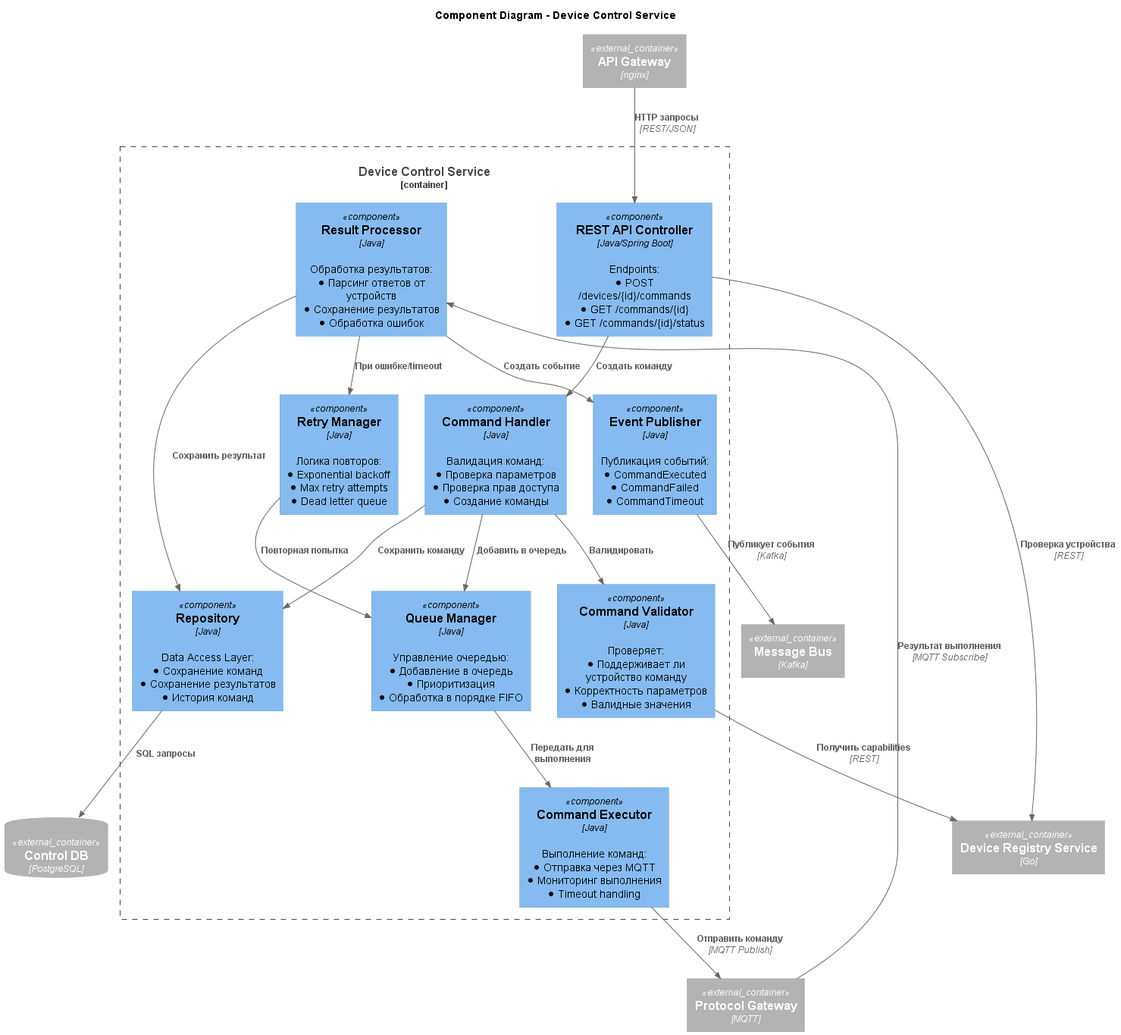
Above: schemas/to_be/img/device-control-service-components.png in Vrg26/pro-warmhouse (PlantUML), before the change.
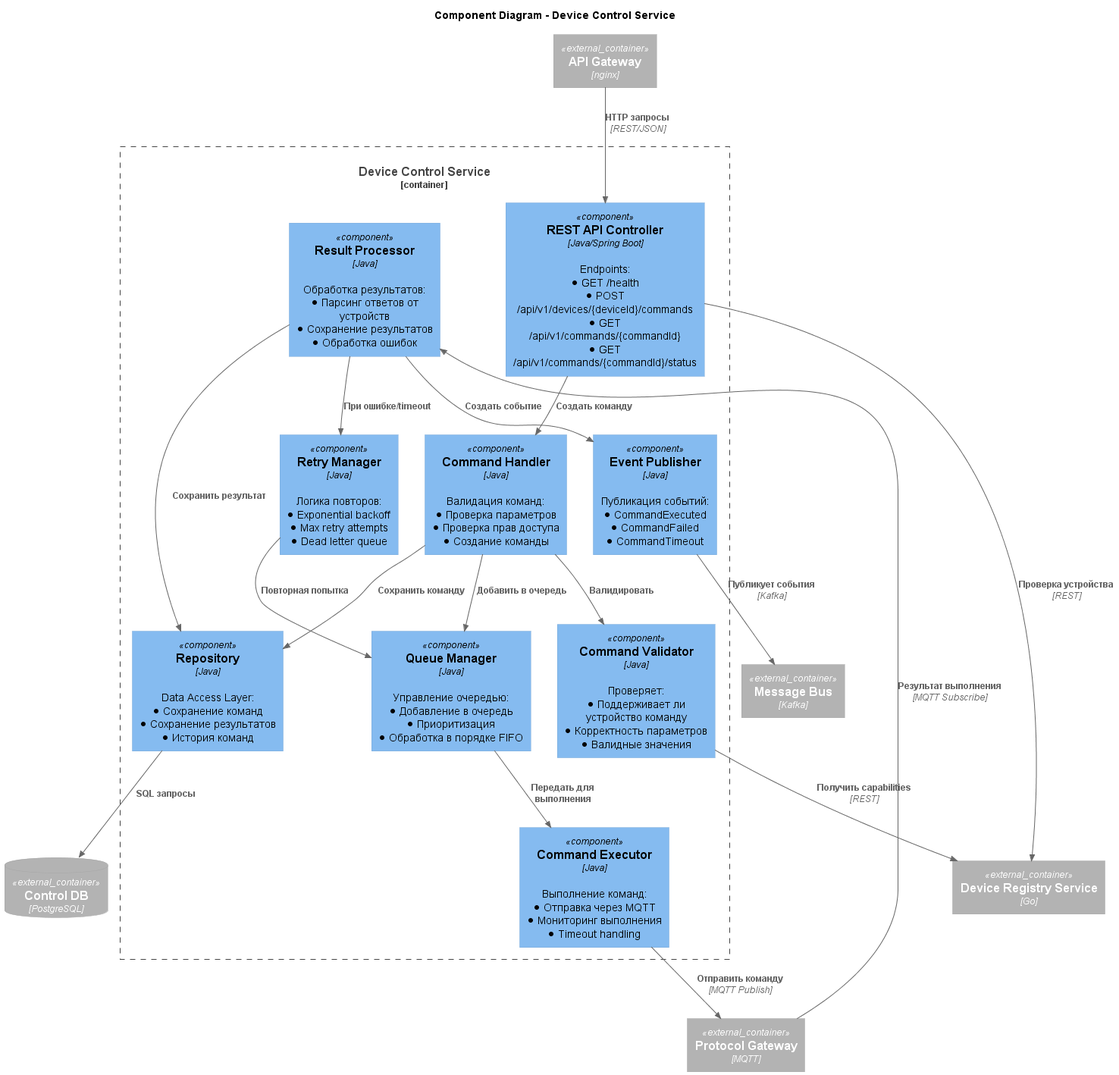
After the change.

Commit message:
fix componetnts diagrams

Change to the diagram source:
```diff
@@ -11,7 +11,7 @@
 
 Container_Boundary(deviceControl, "Device Control Service") {
 
-    Component(restApi, "REST API Controller", "Java/Spring Boot", "Endpoints:\n• POST /devices/{id}/commands\n• GET /commands/{id}\n• GET /commands/{id}/status")
+    Component(restApi, "REST API Controller", "Java/Spring Boot", "Endpoints:\n• GET /health\n• POST /api/v1/devices/{deviceId}/commands\n• GET /api/v1/commands/{commandId}\n• GET /api/v1/commands/{commandId}/status")
 
     Component(commandHandler, "Command Handler", "Java", "Валидация команд:\n• Проверка параметров\n• Проверка прав доступа\n• Создание команды")
 
```
